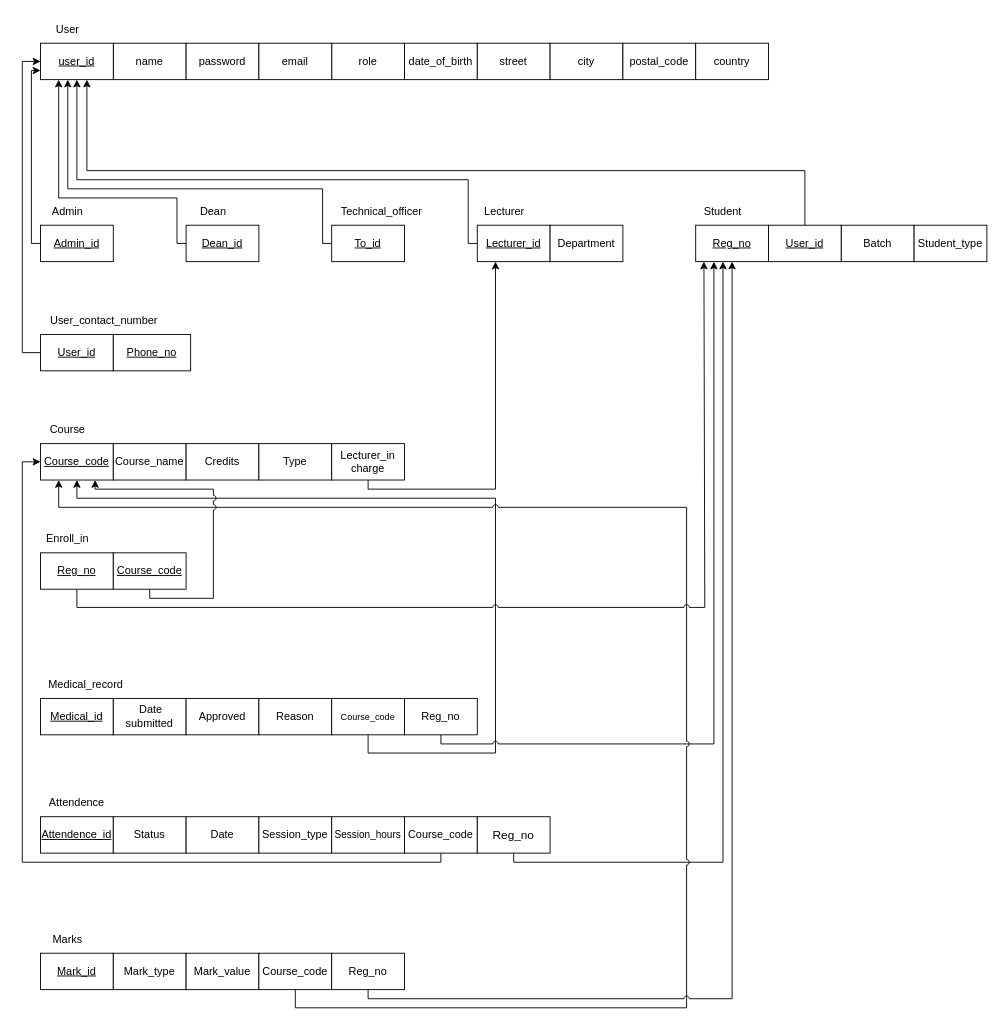
Above: page "Page-2" (1 of 2) of Resources/Updated EER and Mapping/EER and Mapping.drawio in dilusharadeeshan/Student-Management-System (draw.io), before the change. Source tidied: cells renumbered, new cells numbered last; positions are measured from the earlier drawing's top-left corner, leaving out a move shared by most shapes. Both pictures are drawn from the tidied source at 91%, with x=0, y=0 at pixel (22, 15).
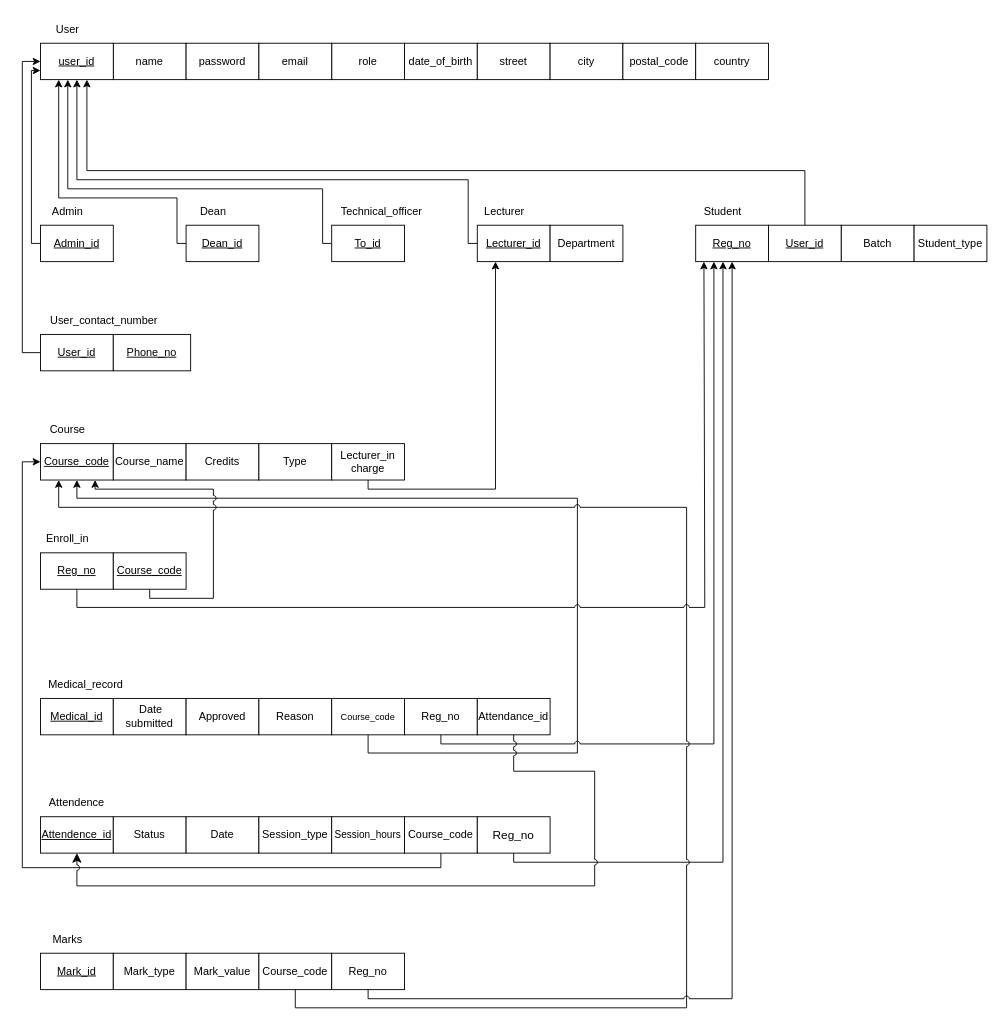
Above is the later version.

Unchanged cells that the change refers to:
```xml
<mxCell id="27" value="&lt;u&gt;User_id&lt;/u&gt;" style="rounded=0;whiteSpace=wrap;html=1;" parent="1" vertex="1">
  <mxGeometry x="820" y="230" width="80" height="40" as="geometry" />
</mxCell>
<mxCell id="36" value="&lt;u&gt;Course_code&lt;/u&gt;" style="rounded=0;whiteSpace=wrap;html=1;" parent="1" vertex="1">
  <mxGeometry x="20" y="470" width="80" height="40" as="geometry" />
</mxCell>
<mxCell id="48" value="&lt;font size=&quot;1&quot;&gt;Course_code&lt;/font&gt;" style="rounded=0;whiteSpace=wrap;html=1;" parent="1" vertex="1">
  <mxGeometry x="340" y="750" width="80" height="40" as="geometry" />
</mxCell>
<mxCell id="52" value="&lt;u&gt;Attendence_id&lt;/u&gt;" style="rounded=0;whiteSpace=wrap;html=1;" parent="1" vertex="1">
  <mxGeometry x="20" y="880" width="80" height="40" as="geometry" />
</mxCell>
<mxCell id="57" value="Course_code" style="rounded=0;whiteSpace=wrap;html=1;" parent="1" vertex="1">
  <mxGeometry x="420" y="880" width="80" height="40" as="geometry" />
</mxCell>
<mxCell id="59" value="&lt;font style=&quot;font-size: 13px;&quot;&gt;Reg_no&lt;/font&gt;" style="rounded=0;whiteSpace=wrap;html=1;" parent="1" vertex="1">
  <mxGeometry x="500" y="880" width="80" height="40" as="geometry" />
</mxCell>
<mxCell id="67" value="Reg_no" style="rounded=0;whiteSpace=wrap;html=1;" parent="1" vertex="1">
  <mxGeometry x="340" y="1030" width="80" height="40" as="geometry" />
</mxCell>
```

Diff of the diagram source:
```diff
@@
-    <mxCell id="30" style="edgeStyle=orthogonalEdgeStyle;rounded=0;jettySize=auto;html=1;" parent="1" edge="1" source="27">
-      <mxGeometry relative="1" as="geometry">
-        <mxPoint x="71" y="70" as="targetPoint" />
-        <Array as="points">
-          <mxPoint x="860" y="170" />
-          <mxPoint x="71" y="170" />
-        </Array>
-      </mxGeometry>
-    </mxCell>
+    <mxCell id="75" style="edgeStyle=orthogonalEdgeStyle;rounded=0;jettySize=auto;html=1;" parent="1" edge="1" source="27">
+      <mxGeometry relative="1" as="geometry">
+        <mxPoint x="71" y="70" as="targetPoint" />
+        <Array as="points">
+          <mxPoint x="860" y="170" />
+          <mxPoint x="71" y="170" />
+        </Array>
+      </mxGeometry>
+    </mxCell>
@@
     <mxCell id="47" style="edgeStyle=orthogonalEdgeStyle;rounded=0;jettySize=auto;html=1;exitX=0.5;exitY=1;exitDx=0;exitDy=0;entryX=0.5;entryY=1;entryDx=0;entryDy=0;jumpStyle=arc;" parent="1" edge="1" source="48" target="36">
       <mxGeometry relative="1" as="geometry">
         <Array as="points">
           <mxPoint x="380" y="810" />
-          <mxPoint x="520" y="810" />
-          <mxPoint x="520" y="530" />
+          <mxPoint x="610" y="810" />
+          <mxPoint x="610" y="530" />
           <mxPoint x="60" y="530" />
         </Array>
       </mxGeometry>
     </mxCell>
@@
     <mxCell id="56" style="edgeStyle=orthogonalEdgeStyle;rounded=0;jettySize=auto;html=1;exitX=0.5;exitY=1;exitDx=0;exitDy=0;entryX=0;entryY=0.5;entryDx=0;entryDy=0;" parent="1" edge="1" source="57" target="36">
       <mxGeometry relative="1" as="geometry">
         <Array as="points">
-          <mxPoint x="460" y="930" />
-          <mxPoint y="930" />
+          <mxPoint x="460" y="936" />
+          <mxPoint y="936" />
           <mxPoint y="490" />
         </Array>
       </mxGeometry>
     </mxCell>
@@
-    <mxCell id="58" style="edgeStyle=orthogonalEdgeStyle;rounded=0;jettySize=auto;html=1;exitX=0.5;exitY=1;exitDx=0;exitDy=0;" parent="1" edge="1" source="59">
-      <mxGeometry relative="1" as="geometry">
-        <mxPoint x="770" y="270" as="targetPoint" />
-        <Array as="points">
-          <mxPoint x="540" y="930" />
-          <mxPoint x="770" y="930" />
-        </Array>
-      </mxGeometry>
-    </mxCell>
+    <mxCell id="76" style="edgeStyle=orthogonalEdgeStyle;rounded=0;jettySize=auto;html=1;exitX=0.5;exitY=1;exitDx=0;exitDy=0;" parent="1" edge="1" source="59">
+      <mxGeometry relative="1" as="geometry">
+        <mxPoint x="770" y="270" as="targetPoint" />
+        <Array as="points">
+          <mxPoint x="540" y="930" />
+          <mxPoint x="770" y="930" />
+        </Array>
+      </mxGeometry>
+    </mxCell>
@@
-    <mxCell id="66" style="edgeStyle=orthogonalEdgeStyle;rounded=0;jettySize=auto;html=1;exitX=0.5;exitY=1;exitDx=0;exitDy=0;jumpStyle=arc;" parent="1" edge="1" source="67">
-      <mxGeometry relative="1" as="geometry">
-        <mxPoint x="780" y="270" as="targetPoint" />
-        <Array as="points">
-          <mxPoint x="380" y="1080" />
-          <mxPoint x="780" y="1080" />
-        </Array>
-      </mxGeometry>
-    </mxCell>
+    <mxCell id="77" style="edgeStyle=orthogonalEdgeStyle;rounded=0;jettySize=auto;html=1;exitX=0.5;exitY=1;exitDx=0;exitDy=0;jumpStyle=arc;" parent="1" edge="1" source="67">
+      <mxGeometry relative="1" as="geometry">
+        <mxPoint x="780" y="270" as="targetPoint" />
+        <Array as="points">
+          <mxPoint x="380" y="1080" />
+          <mxPoint x="780" y="1080" />
+        </Array>
+      </mxGeometry>
+    </mxCell>
@@
+    <mxCell id="78" style="edgeStyle=orthogonalEdgeStyle;rounded=0;jettySize=auto;html=1;exitX=0.5;exitY=1;exitDx=0;exitDy=0;entryX=0.5;entryY=1;entryDx=0;entryDy=0;fontSize=12;startSize=8;endSize=8;jumpStyle=arc;" parent="1" edge="1" source="79" target="52">
+      <mxGeometry relative="1" as="geometry">
+        <Array as="points">
+          <mxPoint x="540" y="830" />
+          <mxPoint x="629" y="830" />
+          <mxPoint x="629" y="956" />
+          <mxPoint x="60" y="956" />
+        </Array>
+      </mxGeometry>
+    </mxCell>
+    <mxCell id="79" value="Attendance_id" style="rounded=0;whiteSpace=wrap;html=1;" parent="1" vertex="1">
+      <mxGeometry x="500" y="750" width="80" height="40" as="geometry" />
+    </mxCell>
```
